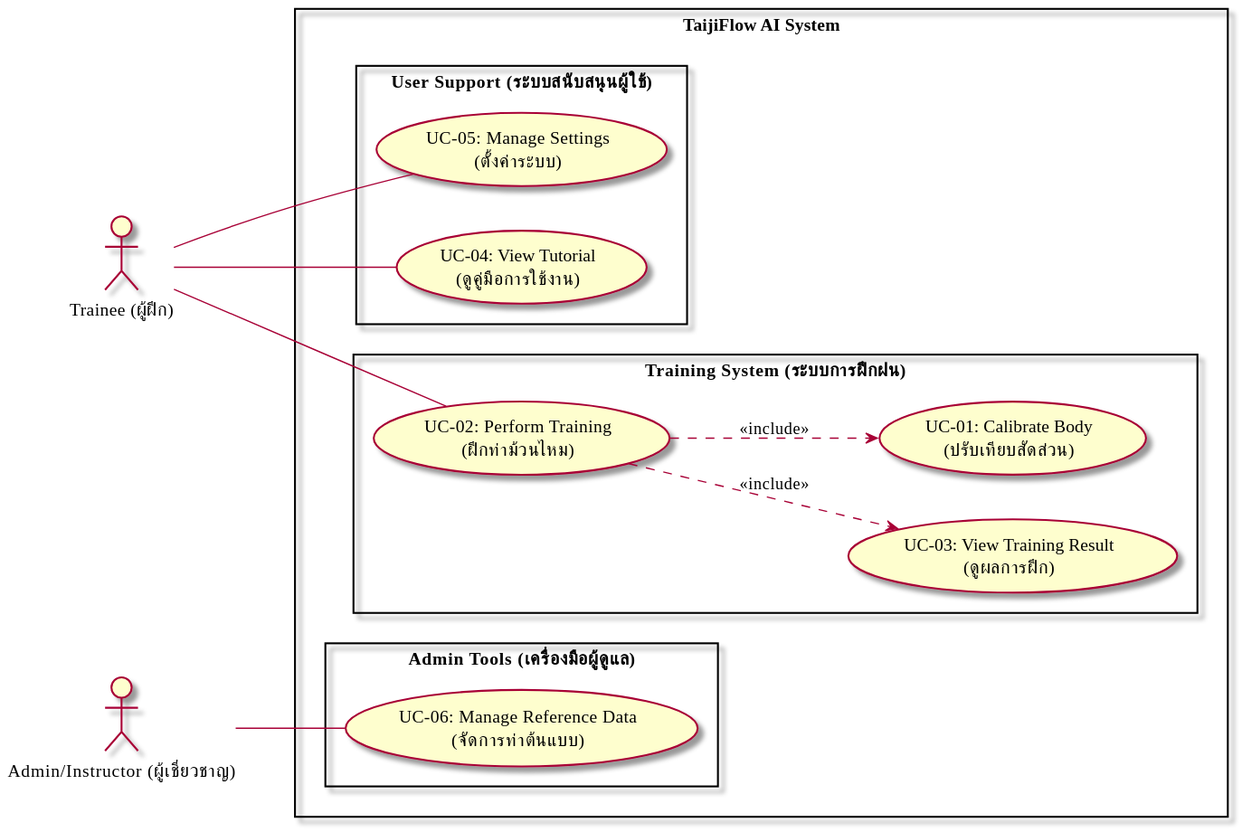
This is out/docs/diagrams/useCaseDiagram/TaijiFlow_UseCase_Diagram.svg from vyut/TaijiFlow, a PlantUML export, as it was before one commit. Source of this version:
```plantuml
@startuml TaijiFlow_UseCase_Diagram
left to right direction
skinparam packageStyle rectangle
skinparam backgroundColor transparent

skinparam defaultFontName "Sarabun"

actor "Trainee (ผู้ฝึก)" as trainee
actor "Admin/Instructor (ผู้เชี่ยวชาญ)" as admin

package "TaijiFlow AI System" {
    package "Admin Tools (เครื่องมือผู้ดูแล)" {
        usecase "UC-06: Manage Reference Data\n(จัดการท่าต้นแบบ)" as UC06
    }

    package "User Support (ระบบสนับสนุนผู้ใช้)" {
        usecase "UC-05: Manage Settings\n(ตั้งค่าระบบ)" as UC05
        usecase "UC-04: View Tutorial\n(ดูคู่มือการใช้งาน)" as UC04
    }

    package "Training System (ระบบการฝึกฝน)" {
        usecase "UC-03: View Training Result\n(ดูผลการฝึก)" as UC03
        usecase "UC-02: Perform Training\n(ฝึกท่าม้วนไหม)" as UC02
        usecase "UC-01: Calibrate Body\n(ปรับเทียบสัดส่วน)" as UC01
    }
}

trainee -- UC02
trainee -- UC04
trainee -- UC05

admin -- UC06

UC02 ..> UC01 : <<include>>
UC02 ..> UC03 : <<include>>

@enduml
```
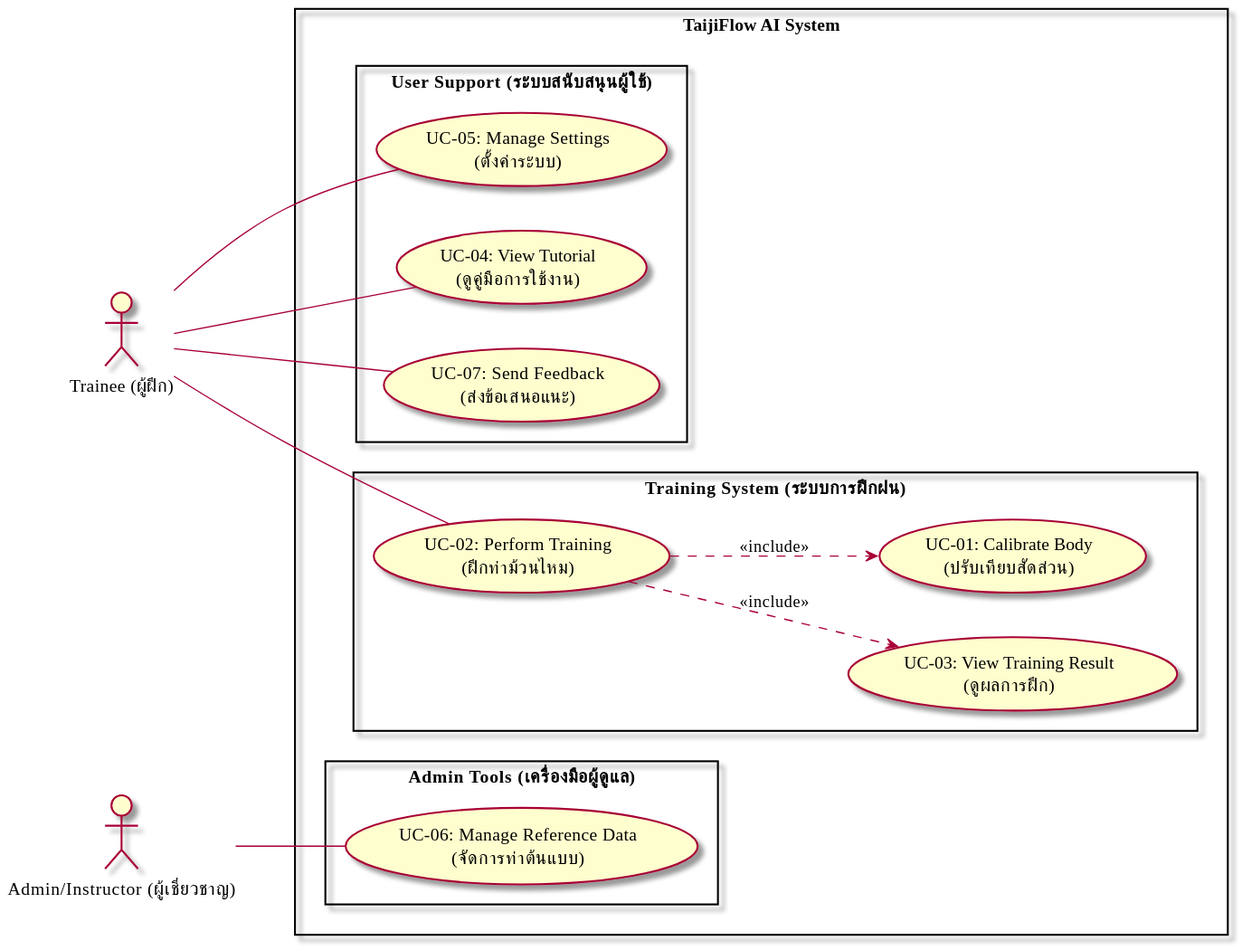
After the change.

Diff of the diagram source:
```diff
@@ -16,6 +16,7 @@
     package "User Support (ระบบสนับสนุนผู้ใช้)" {
         usecase "UC-05: Manage Settings\n(ตั้งค่าระบบ)" as UC05
         usecase "UC-04: View Tutorial\n(ดูคู่มือการใช้งาน)" as UC04
+        usecase "UC-07: Send Feedback\n(ส่งข้อเสนอแนะ)" as UC07
     }
 
     package "Training System (ระบบการฝึกฝน)" {
@@ -28,6 +29,7 @@
 trainee -- UC02
 trainee -- UC04
 trainee -- UC05
+trainee -- UC07
 
 admin -- UC06
 
```
